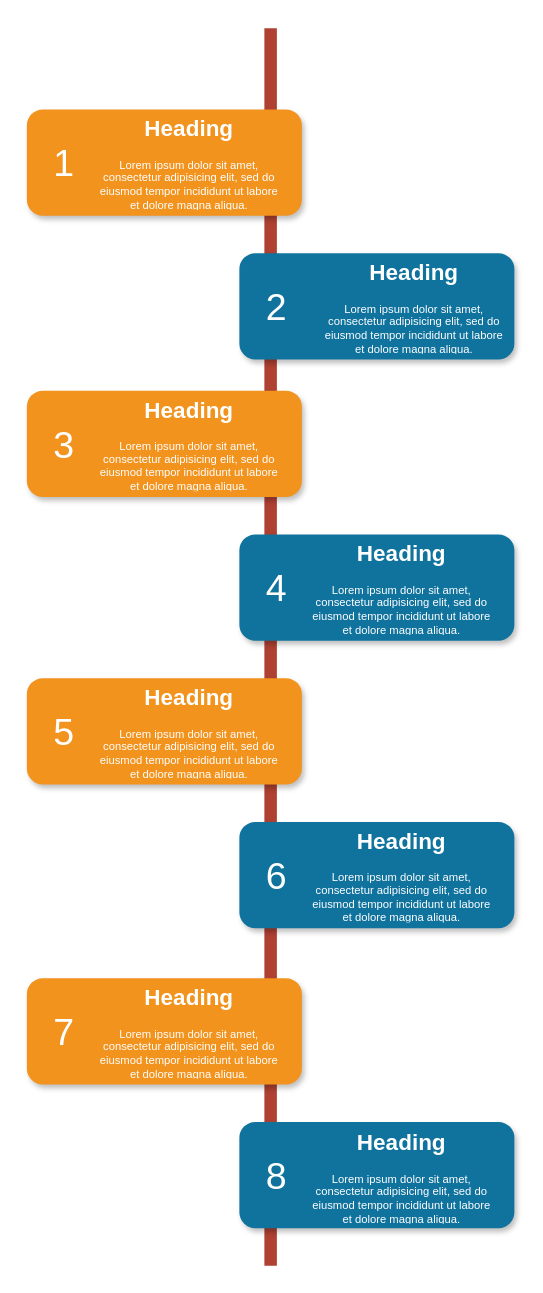
Before: Untitled Diagram.drawio in RahulDas-dev/Processflow, a draw.io diagram. Source tidied: cells renumbered, new cells numbered last; positions are measured from the earlier drawing's top-left corner, leaving out a move shared by most shapes. Both pictures are drawn from the tidied source at 125%, with x=0, y=0 at pixel (26, 28).
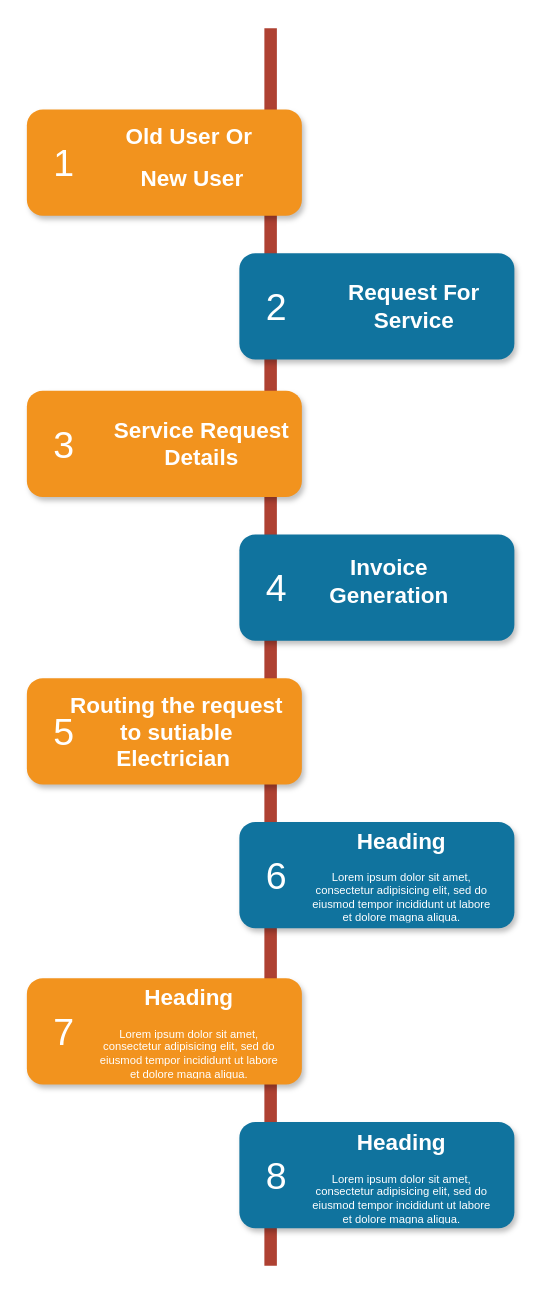
The same diagram, later.

Diff of the diagram source:
```diff
@@
-    <mxCell id="19" value="&lt;h1&gt;Heading&lt;/h1&gt;&lt;p&gt;Lorem ipsum dolor sit amet, consectetur adipisicing elit, sed do eiusmod tempor incididunt ut labore et dolore magna aliqua.&lt;/p&gt;" style="text;html=1;spacing=5;spacingTop=-20;whiteSpace=wrap;overflow=hidden;strokeColor=none;strokeWidth=4;fillColor=none;gradientColor=#007FFF;fontSize=9;fontColor=#FFFFFF;align=center;" parent="1" vertex="1">
-      <mxGeometry x="50" y="69" width="160" height="77" as="geometry" />
+    <mxCell id="19" value="&lt;h1&gt;Old User Or&lt;/h1&gt;&lt;h1&gt;&amp;nbsp;New User&lt;/h1&gt;" style="text;html=1;spacing=5;spacingTop=-20;whiteSpace=wrap;overflow=hidden;strokeColor=none;strokeWidth=4;fillColor=none;gradientColor=#007FFF;fontSize=9;fontColor=#FFFFFF;align=center;" parent="1" vertex="1">
+      <mxGeometry x="30" y="74.5" width="200" height="66" as="geometry" />
     </mxCell>
-    <mxCell id="20" value="&lt;h1&gt;Heading&lt;/h1&gt;&lt;p&gt;Lorem ipsum dolor sit amet, consectetur adipisicing elit, sed do eiusmod tempor incididunt ut labore et dolore magna aliqua.&lt;/p&gt;" style="text;html=1;spacing=5;spacingTop=-20;whiteSpace=wrap;overflow=hidden;strokeColor=none;strokeWidth=4;fillColor=none;gradientColor=#007FFF;fontSize=9;fontColor=#FFFFFF;align=center;" parent="1" vertex="1">
-      <mxGeometry x="230" y="184" width="160" height="77" as="geometry" />
+    <mxCell id="20" value="&lt;h1&gt;Request For Service&lt;/h1&gt;" style="text;html=1;spacing=5;spacingTop=-20;whiteSpace=wrap;overflow=hidden;strokeColor=none;strokeWidth=4;fillColor=none;gradientColor=#007FFF;fontSize=9;fontColor=#FFFFFF;align=center;" parent="1" vertex="1">
+      <mxGeometry x="230" y="200" width="160" height="61" as="geometry" />
     </mxCell>
-    <mxCell id="21" value="&lt;h1&gt;Heading&lt;/h1&gt;&lt;p&gt;Lorem ipsum dolor sit amet, consectetur adipisicing elit, sed do eiusmod tempor incididunt ut labore et dolore magna aliqua.&lt;/p&gt;" style="text;html=1;spacing=5;spacingTop=-20;whiteSpace=wrap;overflow=hidden;strokeColor=none;strokeWidth=4;fillColor=none;gradientColor=#007FFF;fontSize=9;fontColor=#FFFFFF;align=center;" parent="1" vertex="1">
-      <mxGeometry x="50" y="294" width="160" height="77" as="geometry" />
+    <mxCell id="21" value="&lt;h1&gt;Service Request Details&lt;/h1&gt;&lt;div&gt;&lt;br&gt;&lt;/div&gt;" style="text;html=1;spacing=5;spacingTop=-20;whiteSpace=wrap;overflow=hidden;strokeColor=none;strokeWidth=4;fillColor=none;gradientColor=#007FFF;fontSize=9;fontColor=#FFFFFF;align=center;" parent="1" vertex="1">
+      <mxGeometry x="60" y="310" width="160" height="77" as="geometry" />
     </mxCell>
-    <mxCell id="22" value="&lt;h1&gt;Heading&lt;/h1&gt;&lt;p&gt;Lorem ipsum dolor sit amet, consectetur adipisicing elit, sed do eiusmod tempor incididunt ut labore et dolore magna aliqua.&lt;/p&gt;" style="text;html=1;spacing=5;spacingTop=-20;whiteSpace=wrap;overflow=hidden;strokeColor=none;strokeWidth=4;fillColor=none;gradientColor=#007FFF;fontSize=9;fontColor=#FFFFFF;align=center;" parent="1" vertex="1">
-      <mxGeometry x="220" y="409" width="160" height="77" as="geometry" />
+    <mxCell id="22" value="&lt;h1&gt;Invoice Generation&lt;/h1&gt;&lt;div&gt;&lt;br&gt;&lt;/div&gt;" style="text;html=1;spacing=5;spacingTop=-20;whiteSpace=wrap;overflow=hidden;strokeColor=none;strokeWidth=4;fillColor=none;gradientColor=#007FFF;fontSize=9;fontColor=#FFFFFF;align=center;" parent="1" vertex="1">
+      <mxGeometry x="210" y="419.5" width="160" height="56" as="geometry" />
     </mxCell>
-    <mxCell id="23" value="&lt;h1&gt;Heading&lt;/h1&gt;&lt;p&gt;Lorem ipsum dolor sit amet, consectetur adipisicing elit, sed do eiusmod tempor incididunt ut labore et dolore magna aliqua.&lt;/p&gt;" style="text;html=1;spacing=5;spacingTop=-20;whiteSpace=wrap;overflow=hidden;strokeColor=none;strokeWidth=4;fillColor=none;gradientColor=#007FFF;fontSize=9;fontColor=#FFFFFF;align=center;" parent="1" vertex="1">
-      <mxGeometry x="50" y="524" width="160" height="77" as="geometry" />
+    <mxCell id="23" value="&lt;h1&gt;Routing the request to sutiable Electrician&amp;nbsp;&lt;/h1&gt;" style="text;html=1;spacing=5;spacingTop=-20;whiteSpace=wrap;overflow=hidden;strokeColor=none;strokeWidth=4;fillColor=none;gradientColor=#007FFF;fontSize=9;fontColor=#FFFFFF;align=center;" parent="1" vertex="1">
+      <mxGeometry x="30" y="530" width="180" height="86" as="geometry" />
     </mxCell>
```
